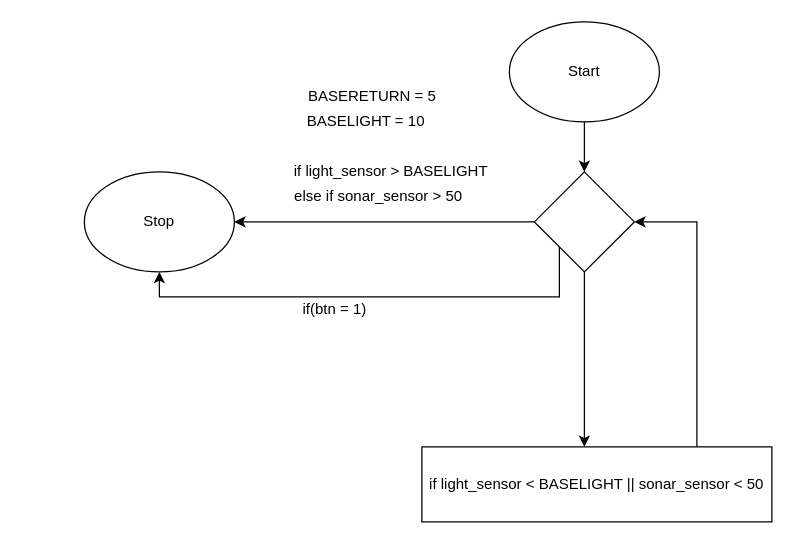
Before: verkefni3/verkefni3.drawio in Davygod/ROBO2RG05AU-1, a draw.io diagram. Source tidied: cells renumbered, new cells numbered last; positions are measured from the earlier drawing's top-left corner, leaving out a move shared by most shapes. Both pictures are drawn from the tidied source at 125%, with x=0, y=0 at pixel (84, 21).
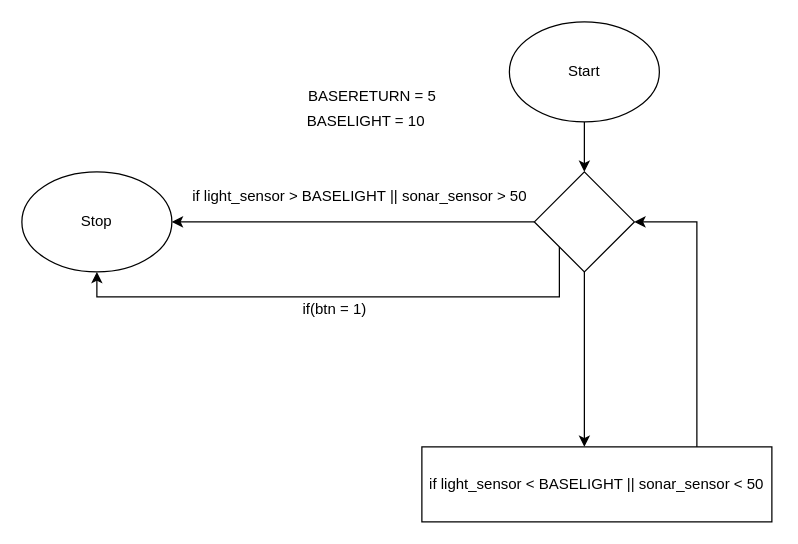
The same diagram, later.

The change refers to these unchanged cells:
```xml
<mxCell id="7" style="rhombus;whiteSpace=wrap;html=1;" parent="1" vertex="1">
  <mxGeometry x="360" y="120" width="80" height="80" as="geometry" />
</mxCell>
```

Diff of the diagram source:
```diff
@@
-    <mxCell id="4" style="edgeStyle=orthogonalEdgeStyle;rounded=0;jettySize=auto;html=1;startArrow=none;exitX=0;exitY=0.5;exitDx=0;exitDy=0;" parent="1" edge="1" source="7">
-      <mxGeometry relative="1" as="geometry">
-        <mxPoint x="120" y="160" as="targetPoint" />
-      </mxGeometry>
+    <mxCell id="4" style="edgeStyle=orthogonalEdgeStyle;rounded=0;jettySize=auto;html=1;startArrow=none;exitX=0;exitY=0.5;exitDx=0;exitDy=0;entryX=1;entryY=0.5;entryDx=0;entryDy=0;" parent="1" edge="1" source="7" target="10">
+      <mxGeometry relative="1" as="geometry" />
     </mxCell>
@@
     <mxCell id="6" style="edgeStyle=orthogonalEdgeStyle;rounded=0;jettySize=auto;html=1;exitX=0;exitY=1;exitDx=0;exitDy=0;entryX=0.5;entryY=1;entryDx=0;entryDy=0;" parent="1" edge="1" source="7" target="10">
       <mxGeometry relative="1" as="geometry">
         <Array as="points">
           <mxPoint x="380" y="220" />
-          <mxPoint x="60" y="220" />
+          <mxPoint x="10" y="220" />
         </Array>
       </mxGeometry>
     </mxCell>
@@
     <mxCell id="10" value="Stop" style="ellipse;whiteSpace=wrap;html=1;" parent="1" vertex="1">
-      <mxGeometry y="120" width="120" height="80" as="geometry" />
+      <mxGeometry x="-50" y="120" width="120" height="80" as="geometry" />
     </mxCell>
@@
-    <mxCell id="13" value="if light_sensor &amp;gt; BASELIGHT" style="text;html=1;align=center;verticalAlign=middle;strokeColor=none;fillColor=none;" parent="1" vertex="1">
-      <mxGeometry x="160" y="110" width="170" height="20" as="geometry" />
+    <mxCell id="13" value="if light_sensor &amp;gt; BASELIGHT || sonar_sensor &amp;gt; 50" style="text;html=1;align=center;verticalAlign=middle;strokeColor=none;fillColor=none;" parent="1" vertex="1">
+      <mxGeometry x="80" y="130" width="280" height="20" as="geometry" />
     </mxCell>
-    <mxCell id="14" value="else if sonar_sensor &amp;gt; 50" style="text;html=1;align=center;verticalAlign=middle;strokeColor=none;fillColor=none;" parent="1" vertex="1">
-      <mxGeometry x="160" y="130" width="150" height="20" as="geometry" />
-    </mxCell>
```
